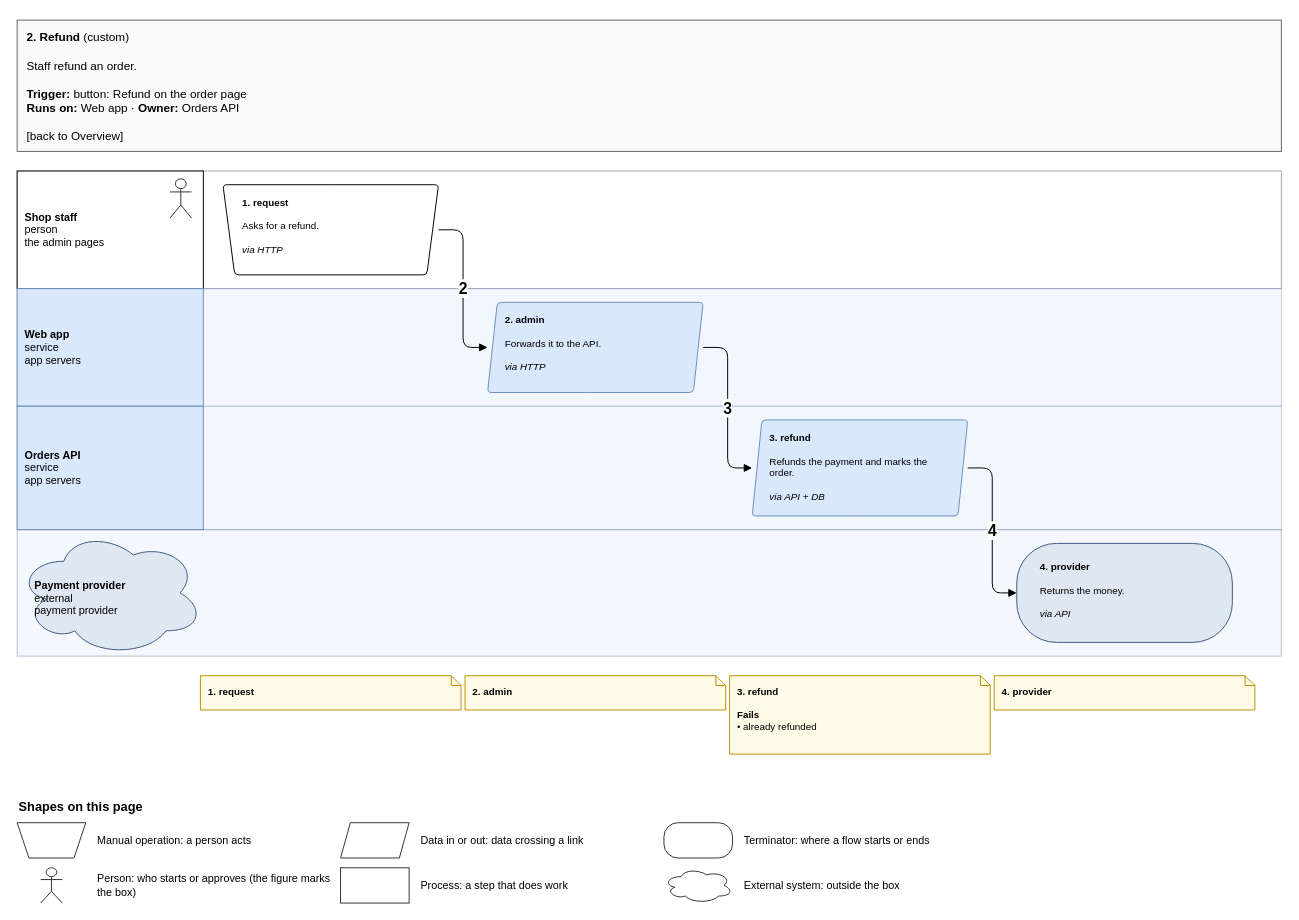
amalikn/skills_stuff keeps this draw.io diagram as page "2. Refund" (4 of 7) of specialists/platform/skill-drawio/examples/shop/drawio/flows.drawio. Above is the earlier version. Source tidied: cells renumbered, new cells numbered last; positions are measured from the earlier drawing's top-left corner, leaving out a move shared by most shapes. Both pictures are drawn from the tidied source at 98%, with x=0, y=0 at pixel (17, 20).
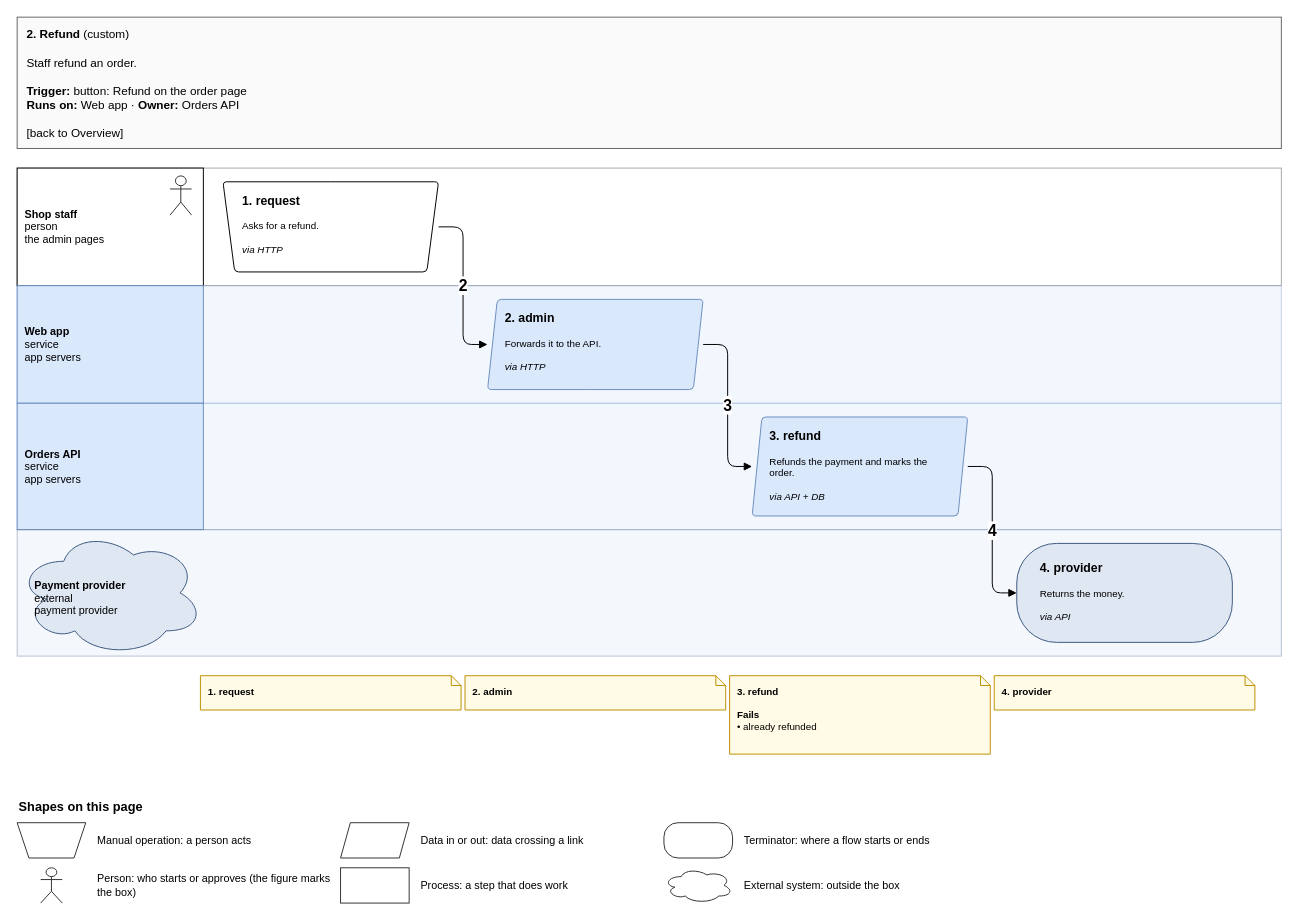
After the change.

Diff of the diagram source:
```diff
@@
     <mxCell id="2" value="&lt;b&gt;2. Refund&lt;/b&gt; (custom)&lt;br&gt; &lt;br&gt;Staff refund an order.&lt;br&gt; &lt;br&gt;&lt;b&gt;Trigger:&lt;/b&gt; button: Refund on the order page&lt;br&gt;&lt;b&gt;Runs on:&lt;/b&gt; Web app · &lt;b&gt;Owner:&lt;/b&gt; Orders API&lt;br&gt; &lt;br&gt;[back to Overview]" style="rounded=0;whiteSpace=wrap;html=1;fillColor=#fafafa;strokeColor=#666666;align=left;verticalAlign=top;spacingLeft=8;spacingTop=4;fontSize=12;" parent="1" vertex="1">
-      <mxGeometry width="1290" height="134" as="geometry" />
+      <mxGeometry y="-3" width="1290" height="134" as="geometry" />
     </mxCell>
     <mxCell id="3" style="rounded=0;html=1;fillColor=#ffffff;strokeColor=#000000;opacity=35;" parent="1" vertex="1">
-      <mxGeometry y="154" width="1290" height="120" as="geometry" />
+      <mxGeometry y="151" width="1290" height="120" as="geometry" />
     </mxCell>
     <mxCell id="4" value="&lt;b&gt;Shop staff&lt;/b&gt;&lt;br&gt;person&lt;br&gt;the admin pages" style="rounded=1;whiteSpace=wrap;html=1;fillColor=#ffffff;strokeColor=#000000;fontSize=11;arcSize=8;rounded=0;align=left;spacingLeft=6;rounded=0;spacingRight=40;" parent="1" vertex="1">
-      <mxGeometry y="154" width="190" height="120" as="geometry" />
+      <mxGeometry y="151" width="190" height="120" as="geometry" />
     </mxCell>
     <mxCell id="5" style="shape=umlActor;verticalLabelPosition=bottom;verticalAlign=top;fillColor=#ffffff;strokeColor=#333333;" parent="1" vertex="1">
-      <mxGeometry x="156" y="162" width="22" height="40" as="geometry" />
+      <mxGeometry x="156" y="159" width="22" height="40" as="geometry" />
     </mxCell>
     <mxCell id="6" style="rounded=0;html=1;fillColor=#dae8fc;strokeColor=#6c8ebf;opacity=35;" parent="1" vertex="1">
-      <mxGeometry y="274" width="1290" height="120" as="geometry" />
+      <mxGeometry y="271" width="1290" height="120" as="geometry" />
     </mxCell>
     <mxCell id="7" value="&lt;b&gt;Web app&lt;/b&gt;&lt;br&gt;service&lt;br&gt;app servers" style="rounded=1;whiteSpace=wrap;html=1;fillColor=#dae8fc;strokeColor=#6c8ebf;fontSize=11;arcSize=8;rounded=0;align=left;spacingLeft=6;rounded=0;" parent="1" vertex="1">
-      <mxGeometry y="274" width="190" height="120" as="geometry" />
+      <mxGeometry y="271" width="190" height="120" as="geometry" />
     </mxCell>
     <mxCell id="8" style="rounded=0;html=1;fillColor=#dae8fc;strokeColor=#6c8ebf;opacity=35;" parent="1" vertex="1">
-      <mxGeometry y="394" width="1290" height="126" as="geometry" />
+      <mxGeometry y="391" width="1290" height="129" as="geometry" />
     </mxCell>
     <mxCell id="9" value="&lt;b&gt;Orders API&lt;/b&gt;&lt;br&gt;service&lt;br&gt;app servers" style="rounded=1;whiteSpace=wrap;html=1;fillColor=#dae8fc;strokeColor=#6c8ebf;fontSize=11;arcSize=8;rounded=0;align=left;spacingLeft=6;rounded=0;" parent="1" vertex="1">
-      <mxGeometry y="394" width="190" height="126" as="geometry" />
+      <mxGeometry y="391" width="190" height="129" as="geometry" />
     </mxCell>
@@
-    <mxCell id="12" value="&lt;b&gt;1. request&lt;/b&gt;&lt;br&gt; &lt;br&gt;Asks for a refund.&lt;br&gt; &lt;br&gt;&lt;i&gt;via HTTP&lt;/i&gt;" style="rounded=1;whiteSpace=wrap;html=1;fillColor=#ffffff;strokeColor=#000000;fontSize=11;arcSize=8;fontSize=10;align=left;verticalAlign=top;spacingLeft=8;spacingRight=6;spacingTop=6;shape=trapezoid;perimeter=trapezoidPerimeter;flipV=1;fixedSize=1;size=12;spacingLeft=18;spacingRight=18;" parent="1" vertex="1">
-      <mxGeometry x="210" y="168" width="220" height="92" as="geometry" />
+    <mxCell id="12" value="&lt;span style=&quot;font-size:125%&quot;&gt;&lt;b&gt;1. request&lt;/b&gt;&lt;/span&gt;&lt;br&gt; &lt;br&gt;Asks for a refund.&lt;br&gt; &lt;br&gt;&lt;i&gt;via HTTP&lt;/i&gt;" style="rounded=1;whiteSpace=wrap;html=1;fillColor=#ffffff;strokeColor=#000000;fontSize=11;arcSize=8;fontSize=10;align=left;verticalAlign=top;spacingLeft=8;spacingRight=6;spacingTop=6;shape=trapezoid;perimeter=trapezoidPerimeter;flipV=1;fixedSize=1;size=12;spacingLeft=18;spacingRight=18;" parent="1" vertex="1">
+      <mxGeometry x="210" y="165" width="220" height="92" as="geometry" />
     </mxCell>
@@
-    <mxCell id="14" value="&lt;b&gt;2. admin&lt;/b&gt;&lt;br&gt; &lt;br&gt;Forwards it to the API.&lt;br&gt; &lt;br&gt;&lt;i&gt;via HTTP&lt;/i&gt;" style="rounded=1;whiteSpace=wrap;html=1;fillColor=#dae8fc;strokeColor=#6c8ebf;fontSize=11;arcSize=8;fontSize=10;align=left;verticalAlign=top;spacingLeft=8;spacingRight=6;spacingTop=6;shape=parallelogram;perimeter=parallelogramPerimeter;fixedSize=1;size=10;spacingLeft=16;spacingRight=16;" parent="1" vertex="1">
-      <mxGeometry x="480" y="288" width="220" height="92" as="geometry" />
+    <mxCell id="14" value="&lt;span style=&quot;font-size:125%&quot;&gt;&lt;b&gt;2. admin&lt;/b&gt;&lt;/span&gt;&lt;br&gt; &lt;br&gt;Forwards it to the API.&lt;br&gt; &lt;br&gt;&lt;i&gt;via HTTP&lt;/i&gt;" style="rounded=1;whiteSpace=wrap;html=1;fillColor=#dae8fc;strokeColor=#6c8ebf;fontSize=11;arcSize=8;fontSize=10;align=left;verticalAlign=top;spacingLeft=8;spacingRight=6;spacingTop=6;shape=parallelogram;perimeter=parallelogramPerimeter;fixedSize=1;size=10;spacingLeft=16;spacingRight=16;" parent="1" vertex="1">
+      <mxGeometry x="480" y="285" width="220" height="92" as="geometry" />
     </mxCell>
@@
-    <mxCell id="16" value="&lt;b&gt;3. refund&lt;/b&gt;&lt;br&gt; &lt;br&gt;Refunds the payment and marks the order.&lt;br&gt; &lt;br&gt;&lt;i&gt;via API + DB&lt;/i&gt;" style="rounded=1;whiteSpace=wrap;html=1;fillColor=#dae8fc;strokeColor=#6c8ebf;fontSize=11;arcSize=8;fontSize=10;align=left;verticalAlign=top;spacingLeft=8;spacingRight=6;spacingTop=6;shape=parallelogram;perimeter=parallelogramPerimeter;fixedSize=1;size=10;spacingLeft=16;spacingRight=16;" parent="1" vertex="1">
-      <mxGeometry x="750" y="408" width="220" height="98" as="geometry" />
+    <mxCell id="16" value="&lt;span style=&quot;font-size:125%&quot;&gt;&lt;b&gt;3. refund&lt;/b&gt;&lt;/span&gt;&lt;br&gt; &lt;br&gt;Refunds the payment and marks the order.&lt;br&gt; &lt;br&gt;&lt;i&gt;via API + DB&lt;/i&gt;" style="rounded=1;whiteSpace=wrap;html=1;fillColor=#dae8fc;strokeColor=#6c8ebf;fontSize=11;arcSize=8;fontSize=10;align=left;verticalAlign=top;spacingLeft=8;spacingRight=6;spacingTop=6;shape=parallelogram;perimeter=parallelogramPerimeter;fixedSize=1;size=10;spacingLeft=16;spacingRight=16;" parent="1" vertex="1">
+      <mxGeometry x="750" y="405" width="220" height="101" as="geometry" />
     </mxCell>
@@
-    <mxCell id="18" value="&lt;b&gt;4. provider&lt;/b&gt;&lt;br&gt; &lt;br&gt;Returns the money.&lt;br&gt; &lt;br&gt;&lt;i&gt;via API&lt;/i&gt;" style="rounded=1;whiteSpace=wrap;html=1;fillColor=#dfe7f3;strokeColor=#3d5a80;fontSize=11;arcSize=8;fontSize=10;align=left;verticalAlign=top;spacingLeft=8;spacingRight=6;spacingTop=6;rounded=1;arcSize=40;spacingLeft=22;spacingRight=18;spacingTop=12;" parent="1" vertex="1">
+    <mxCell id="18" value="&lt;span style=&quot;font-size:125%&quot;&gt;&lt;b&gt;4. provider&lt;/b&gt;&lt;/span&gt;&lt;br&gt; &lt;br&gt;Returns the money.&lt;br&gt; &lt;br&gt;&lt;i&gt;via API&lt;/i&gt;" style="rounded=1;whiteSpace=wrap;html=1;fillColor=#dfe7f3;strokeColor=#3d5a80;fontSize=11;arcSize=8;fontSize=10;align=left;verticalAlign=top;spacingLeft=8;spacingRight=6;spacingTop=6;rounded=1;arcSize=40;spacingLeft=22;spacingRight=18;spacingTop=12;" parent="1" vertex="1">
       <mxGeometry x="1020" y="534" width="220" height="101" as="geometry" />
     </mxCell>
```
